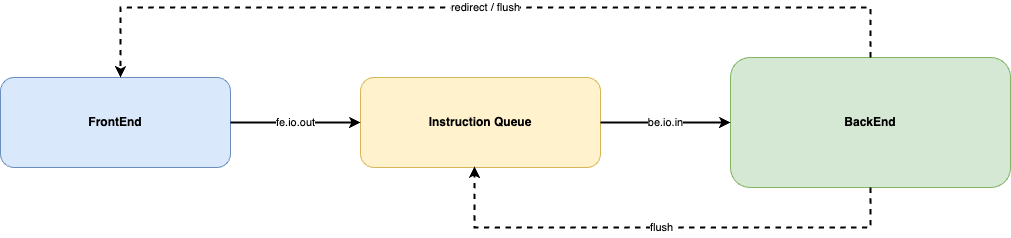
KINGFIOX/hitsz-bachelor-typst keeps this draw.io diagram as main/images/fe-be-arch.png. Above is the earlier version. Source tidied: cells renumbered, new cells last; positions are measured from the earlier drawing's top-left corner, leaving out a move shared by most shapes. The source it was exported from:
```xml
<mxGraphModel>
  <root>
    <mxCell id="0" />
    <mxCell id="1" parent="0" />
    <mxCell id="2" value="FrontEnd" style="rounded=1;whiteSpace=wrap;html=1;fillColor=#dae8fc;strokeColor=#6c8ebf;fontStyle=1;align=center;verticalAlign=middle;" parent="1" vertex="1">
      <mxGeometry y="70" width="230" height="90" as="geometry" />
    </mxCell>
    <mxCell id="3" value="Instruction Queue" style="rounded=1;whiteSpace=wrap;html=1;fillColor=#fff2cc;strokeColor=#d6b656;fontStyle=1;align=center;verticalAlign=middle;" parent="1" vertex="1">
      <mxGeometry x="360" y="70" width="240" height="90" as="geometry" />
    </mxCell>
    <mxCell id="4" value="BackEnd" style="rounded=1;whiteSpace=wrap;html=1;fillColor=#d5e8d4;strokeColor=#82b366;fontStyle=1;align=center;verticalAlign=middle;" parent="1" vertex="1">
      <mxGeometry x="730" y="50" width="280" height="130" as="geometry" />
    </mxCell>
    <mxCell id="5" value="fe.io.out" style="endArrow=classic;edgeStyle=orthogonalEdgeStyle;rounded=0;html=1;strokeWidth=1.8;" parent="1" edge="1" source="2" target="3">
      <mxGeometry relative="1" as="geometry" />
    </mxCell>
    <mxCell id="6" value="be.io.in" style="endArrow=classic;edgeStyle=orthogonalEdgeStyle;rounded=0;html=1;strokeWidth=1.8;" parent="1" edge="1" source="3" target="4">
      <mxGeometry relative="1" as="geometry" />
    </mxCell>
    <mxCell id="7" value="flush" style="endArrow=classic;edgeStyle=orthogonalEdgeStyle;rounded=0;html=1;strokeWidth=1.8;dashed=1;exitY=1;entryY=0.989;exitX=0.5;exitDx=0;exitDy=0;entryX=0.475;entryDx=0;entryDy=0;entryPerimeter=0;" parent="1" edge="1" source="4" target="3">
      <mxGeometry relative="1" as="geometry">
        <Array as="points">
          <mxPoint x="870" y="220" />
          <mxPoint x="474" y="220" />
        </Array>
      </mxGeometry>
    </mxCell>
    <mxCell id="8" value="redirect / flush" style="endArrow=classic;edgeStyle=orthogonalEdgeStyle;rounded=0;html=1;strokeWidth=1.8;dashed=1;exitY=0;exitX=0.5;exitDx=0;exitDy=0;" parent="1" edge="1" source="4">
      <mxGeometry relative="1" as="geometry">
        <mxPoint x="120" y="70" as="targetPoint" />
        <Array as="points">
          <mxPoint x="870" />
          <mxPoint x="120" />
        </Array>
      </mxGeometry>
    </mxCell>
  </root>
</mxGraphModel>
```
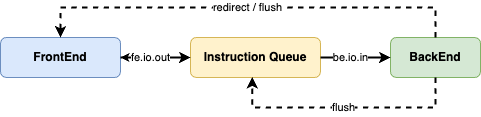
Above is the later version.

The edit, as a diff of the source:
```diff
@@ -3,34 +3,36 @@
     <mxCell id="0" />
     <mxCell id="1" parent="0" />
     <mxCell id="2" value="FrontEnd" style="rounded=1;whiteSpace=wrap;html=1;fillColor=#dae8fc;strokeColor=#6c8ebf;fontStyle=1;align=center;verticalAlign=middle;" parent="1" vertex="1">
-      <mxGeometry y="70" width="230" height="90" as="geometry" />
+      <mxGeometry x="180" y="90" width="120" height="40" as="geometry" />
     </mxCell>
+    <mxCell id="9" style="edgeStyle=none;html=1;" parent="1" edge="1" source="3" target="2">
+      <mxGeometry relative="1" as="geometry" />
+    </mxCell>
     <mxCell id="3" value="Instruction Queue" style="rounded=1;whiteSpace=wrap;html=1;fillColor=#fff2cc;strokeColor=#d6b656;fontStyle=1;align=center;verticalAlign=middle;" parent="1" vertex="1">
-      <mxGeometry x="360" y="70" width="240" height="90" as="geometry" />
+      <mxGeometry x="370" y="90" width="130" height="40" as="geometry" />
     </mxCell>
     <mxCell id="4" value="BackEnd" style="rounded=1;whiteSpace=wrap;html=1;fillColor=#d5e8d4;strokeColor=#82b366;fontStyle=1;align=center;verticalAlign=middle;" parent="1" vertex="1">
-      <mxGeometry x="730" y="50" width="280" height="130" as="geometry" />
+      <mxGeometry x="570" y="90" width="90" height="40" as="geometry" />
     </mxCell>
     <mxCell id="5" value="fe.io.out" style="endArrow=classic;edgeStyle=orthogonalEdgeStyle;rounded=0;html=1;strokeWidth=1.8;" parent="1" edge="1" source="2" target="3">
-      <mxGeometry relative="1" as="geometry" />
+      <mxGeometry x="-0.14" relative="1" as="geometry" />
     </mxCell>
     <mxCell id="6" value="be.io.in" style="endArrow=classic;edgeStyle=orthogonalEdgeStyle;rounded=0;html=1;strokeWidth=1.8;" parent="1" edge="1" source="3" target="4">
-      <mxGeometry relative="1" as="geometry" />
+      <mxGeometry x="-0.14" relative="1" as="geometry" />
     </mxCell>
     <mxCell id="7" value="flush" style="endArrow=classic;edgeStyle=orthogonalEdgeStyle;rounded=0;html=1;strokeWidth=1.8;dashed=1;exitY=1;entryY=0.989;exitX=0.5;exitDx=0;exitDy=0;entryX=0.475;entryDx=0;entryDy=0;entryPerimeter=0;" parent="1" edge="1" source="4" target="3">
       <mxGeometry relative="1" as="geometry">
         <Array as="points">
-          <mxPoint x="870" y="220" />
-          <mxPoint x="474" y="220" />
+          <mxPoint x="615" y="160" />
+          <mxPoint x="432" y="160" />
         </Array>
       </mxGeometry>
     </mxCell>
-    <mxCell id="8" value="redirect / flush" style="endArrow=classic;edgeStyle=orthogonalEdgeStyle;rounded=0;html=1;strokeWidth=1.8;dashed=1;exitY=0;exitX=0.5;exitDx=0;exitDy=0;" parent="1" edge="1" source="4">
+    <mxCell id="8" value="redirect / flush" style="endArrow=classic;edgeStyle=orthogonalEdgeStyle;rounded=0;html=1;strokeWidth=1.8;dashed=1;exitY=0;exitX=0.5;exitDx=0;exitDy=0;entryX=0.5;entryY=0;entryDx=0;entryDy=0;" parent="1" edge="1" source="4" target="2">
       <mxGeometry relative="1" as="geometry">
-        <mxPoint x="120" y="70" as="targetPoint" />
         <Array as="points">
-          <mxPoint x="870" />
-          <mxPoint x="120" />
+          <mxPoint x="615" y="60" />
+          <mxPoint x="240" y="60" />
         </Array>
       </mxGeometry>
     </mxCell>
```
